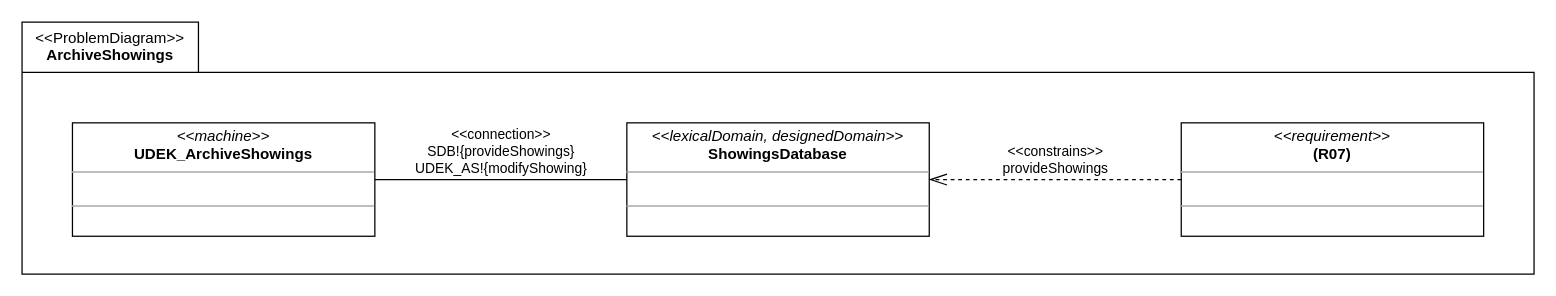
Before: page "PD" (1 of 2) of a04_problem_diagram_4.drawio in melvdlin/swtlab, a draw.io diagram. Source tidied: cells renumbered, new cells numbered last; positions are measured from the earlier drawing's top-left corner, leaving out a move shared by most shapes. Both pictures are drawn from the tidied source at 126%, with x=0, y=0 at pixel (21, 21).
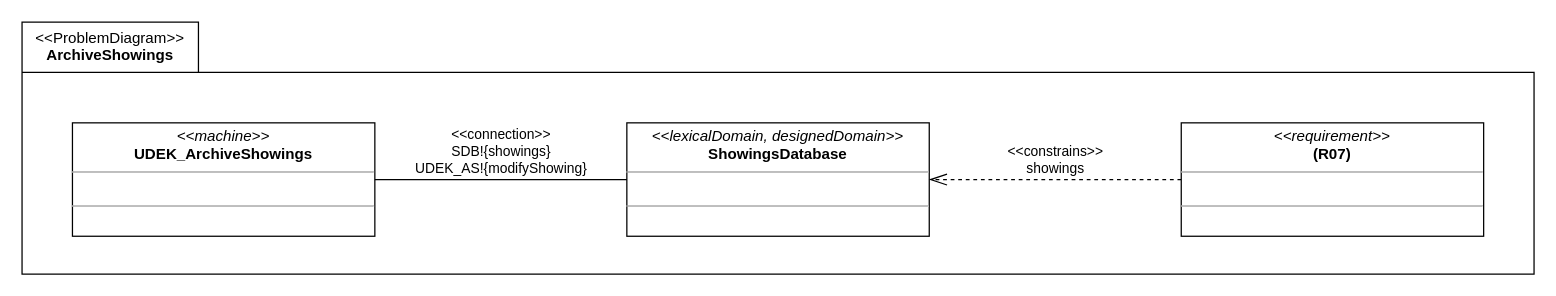
The same page after the edit.

The edit, as a diff of the source:
```diff
@@
 <mxGraphModel>
   <root>
     <mxCell id="0" />
     <mxCell id="1" parent="0" />
     <mxCell id="2" value="&lt;div&gt;&lt;span style=&quot;font-weight: 400&quot;&gt;&amp;lt;&amp;lt;ProblemDiagram&amp;gt;&amp;gt;&lt;/span&gt;&lt;/div&gt;&lt;div style=&quot;text-align: center&quot;&gt;&lt;span&gt;ArchiveShowings&lt;/span&gt;&lt;/div&gt;" style="shape=folder;fontStyle=1;spacingTop=1;tabWidth=140;tabHeight=40;tabPosition=left;html=1;rounded=0;shadow=0;glass=0;comic=0;sketch=0;gradientColor=none;labelPosition=center;verticalLabelPosition=middle;align=left;verticalAlign=top;spacing=0;spacingLeft=11;fillColor=default;" parent="1" vertex="1">
       <mxGeometry width="1200" height="200" as="geometry" />
     </mxCell>
     <mxCell id="3" style="group;" parent="2" vertex="1">
       <mxGeometry x="40" y="80" width="1120" height="90" as="geometry" />
     </mxCell>
     <mxCell id="4" value="&lt;p style=&quot;margin: 0px ; margin-top: 4px ; text-align: center&quot;&gt;&lt;i&gt;&amp;lt;&amp;lt;machine&amp;gt;&amp;gt;&lt;/i&gt;&lt;br&gt;&lt;b&gt;UDEK_ArchiveShowings&lt;/b&gt;&lt;/p&gt;&lt;hr size=&quot;1&quot;&gt;&lt;p style=&quot;margin: 0px ; margin-left: 4px&quot;&gt;&lt;br&gt;&lt;/p&gt;&lt;hr size=&quot;1&quot;&gt;&lt;p style=&quot;margin: 0px ; margin-left: 4px&quot;&gt;&lt;br&gt;&lt;/p&gt;" style="verticalAlign=top;align=left;overflow=fill;fontSize=12;fontFamily=Helvetica;html=1;rounded=0;shadow=0;glass=0;comic=0;sketch=0;fontColor=default;gradientColor=none;" parent="3" vertex="1">
       <mxGeometry width="240" height="90" as="geometry" />
     </mxCell>
     <mxCell id="5" value="&lt;p style=&quot;margin: 0px ; margin-top: 4px ; text-align: center&quot;&gt;&lt;i&gt;&amp;lt;&amp;lt;lexicalDomain, designedDomain&amp;gt;&amp;gt;&lt;/i&gt;&lt;br&gt;&lt;b&gt;ShowingsDatabase&lt;/b&gt;&lt;/p&gt;&lt;hr size=&quot;1&quot;&gt;&lt;p style=&quot;margin: 0px ; margin-left: 4px&quot;&gt;&lt;br&gt;&lt;/p&gt;&lt;hr size=&quot;1&quot;&gt;&lt;p style=&quot;margin: 0px ; margin-left: 4px&quot;&gt;&lt;br&gt;&lt;/p&gt;" style="verticalAlign=top;align=left;overflow=fill;fontSize=12;fontFamily=Helvetica;html=1;rounded=0;shadow=0;glass=0;comic=0;sketch=0;fontColor=default;gradientColor=none;strokeWidth=1;" parent="3" vertex="1">
       <mxGeometry x="440" width="240" height="90" as="geometry" />
     </mxCell>
-    <mxCell id="6" value="&amp;lt;&amp;lt;connection&amp;gt;&amp;gt;&lt;br&gt;SDB!{provideShowings}&lt;br&gt;UDEK_AS!{modifyShowing}" style="rounded=0;jettySize=auto;html=1;endArrow=none;endFill=0;verticalAlign=bottom;" parent="3" edge="1" source="4" target="5">
+    <mxCell id="6" value="&amp;lt;&amp;lt;connection&amp;gt;&amp;gt;&lt;br&gt;SDB!{showings}&lt;br&gt;UDEK_AS!{modifyShowing}" style="rounded=0;jettySize=auto;html=1;endArrow=none;endFill=0;verticalAlign=bottom;" parent="3" edge="1" source="4" target="5">
       <mxGeometry relative="1" as="geometry" />
     </mxCell>
-    <mxCell id="7" value="&amp;lt;&amp;lt;constrains&amp;gt;&amp;gt;&lt;br&gt;provideShowings" style="rounded=0;jettySize=auto;html=1;endArrow=openThin;endFill=0;dashed=1;endSize=12;startSize=12;verticalAlign=bottom;" parent="3" edge="1" source="8" target="5">
+    <mxCell id="7" value="&amp;lt;&amp;lt;constrains&amp;gt;&amp;gt;&lt;br&gt;showings" style="rounded=0;jettySize=auto;html=1;endArrow=openThin;endFill=0;dashed=1;endSize=12;startSize=12;verticalAlign=bottom;" parent="3" edge="1" source="8" target="5">
       <mxGeometry relative="1" as="geometry" />
     </mxCell>
     <mxCell id="8" value="&lt;p style=&quot;margin: 0px ; margin-top: 4px ; text-align: center&quot;&gt;&lt;i&gt;&amp;lt;&amp;lt;requirement&amp;gt;&amp;gt;&lt;/i&gt;&lt;br&gt;&lt;b&gt;(R07)&lt;/b&gt;&lt;/p&gt;&lt;hr size=&quot;1&quot;&gt;&lt;p style=&quot;margin: 0px ; margin-left: 4px&quot;&gt;&lt;br&gt;&lt;/p&gt;&lt;hr size=&quot;1&quot;&gt;&lt;p style=&quot;margin: 0px ; margin-left: 4px&quot;&gt;&lt;br&gt;&lt;/p&gt;" style="verticalAlign=top;align=left;overflow=fill;fontSize=12;fontFamily=Helvetica;html=1;rounded=0;shadow=0;glass=0;comic=0;sketch=0;fontColor=default;gradientColor=none;" parent="3" vertex="1">
       <mxGeometry x="880" width="240" height="90" as="geometry" />
     </mxCell>
   </root>
 </mxGraphModel>
```
